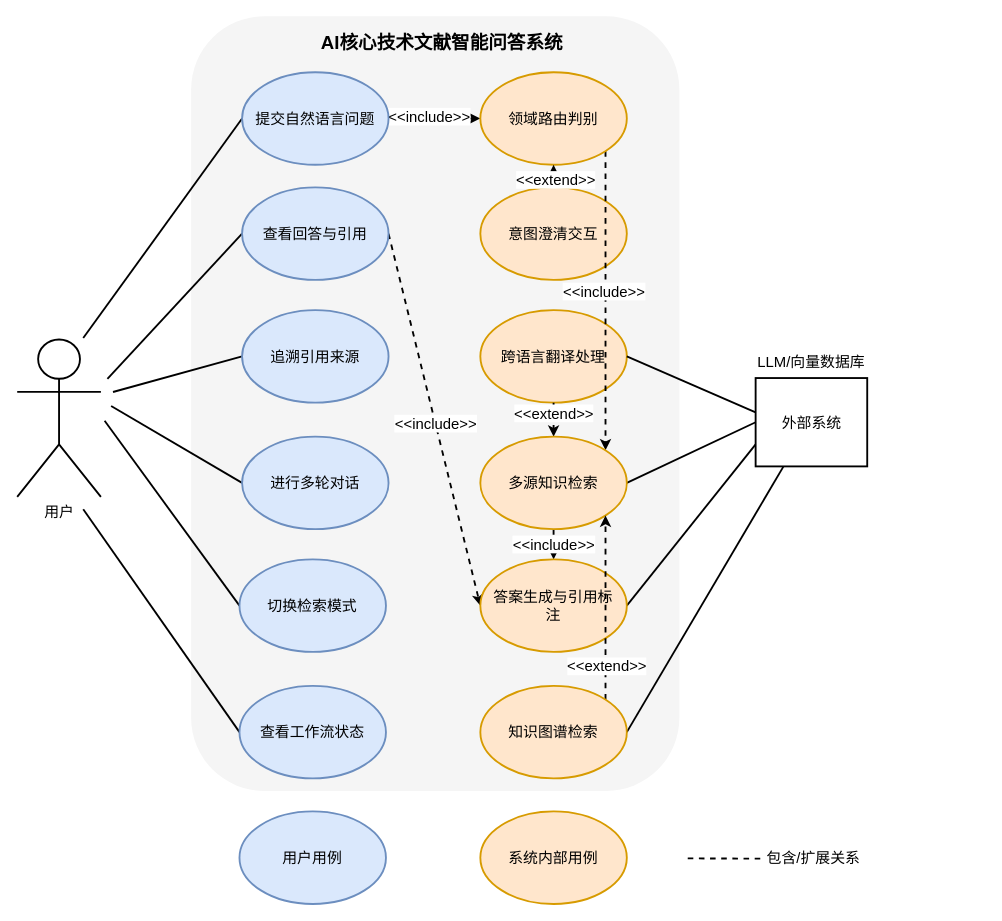
The draw.io diagram diagrams/system_use_case_diagram.drawio in real-jiakai/draw, before the edit. Source tidied: cells renumbered, new cells numbered last; positions are measured from the earlier drawing's top-left corner, leaving out a move shared by most shapes. Both pictures are drawn from the tidied source at 93%, with x=0, y=0 at pixel (17, 16).
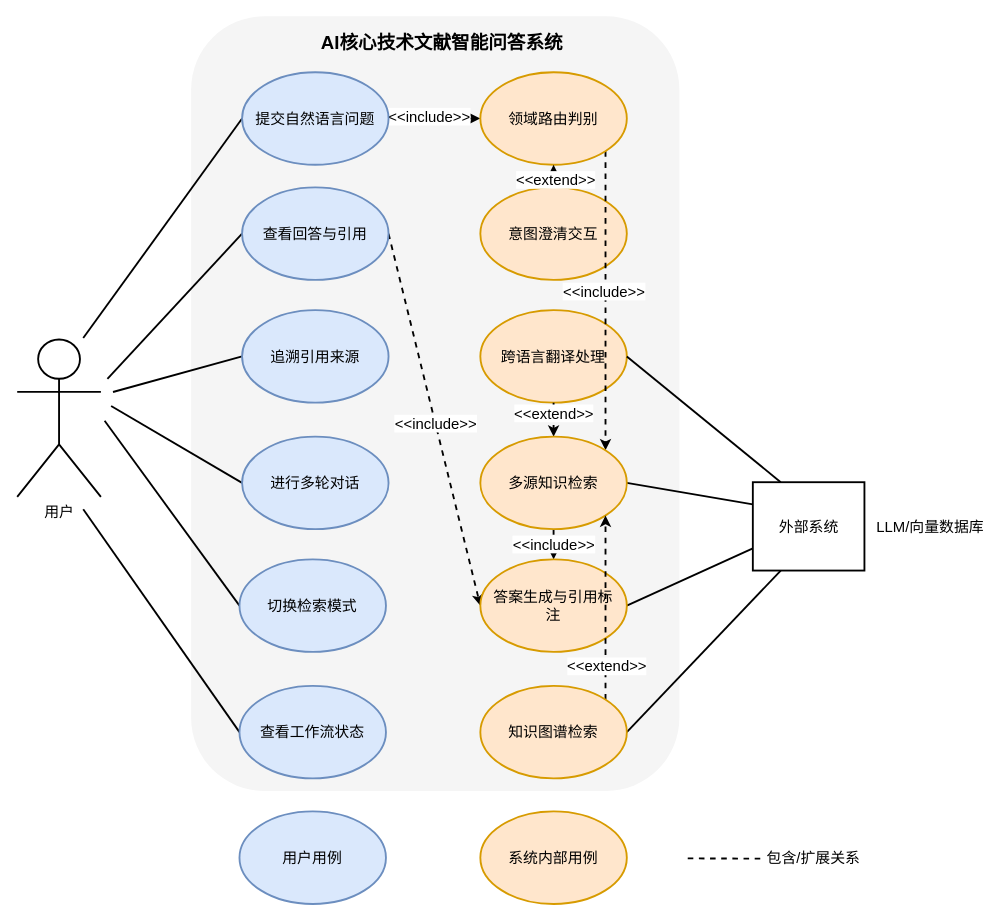
The same page after the edit.

Unchanged cells that the change refers to:
```xml
<mxCell id="4" style="ellipse;whiteSpace=wrap;html=1;strokeWidth=2;fillColor=#ffe6cc;strokeColor=#d79b00;" parent="1" vertex="1">
  <mxGeometry x="498" y="316" width="157.5" height="99.5" as="geometry" />
</mxCell>
<mxCell id="42" style="ellipse;whiteSpace=wrap;html=1;strokeWidth=2;fillColor=#ffe6cc;strokeColor=#d79b00;" parent="1" vertex="1">
  <mxGeometry x="498" y="452" width="157.5" height="99.5" as="geometry" />
</mxCell>
<mxCell id="50" style="ellipse;whiteSpace=wrap;html=1;strokeWidth=2;fillColor=#ffe6cc;strokeColor=#d79b00;" parent="1" vertex="1">
  <mxGeometry x="498" y="720" width="157.5" height="99.5" as="geometry" />
</mxCell>
```

What changed in the source:
```diff
@@
-    <mxCell id="40" style="rounded=0;jettySize=auto;html=1;exitX=1;exitY=0.5;exitDx=0;exitDy=0;entryX=0;entryY=0.5;entryDx=0;entryDy=0;strokeWidth=2;endArrow=none;endFill=0;" parent="1" edge="1" source="42" target="52">
+    <mxCell id="40" style="rounded=0;jettySize=auto;html=1;exitX=1;exitY=0.5;exitDx=0;exitDy=0;entryX=0;entryY=0.25;entryDx=0;entryDy=0;strokeWidth=2;endArrow=none;endFill=0;" parent="1" edge="1" source="42" target="52">
       <mxGeometry relative="1" as="geometry" />
     </mxCell>
@@
-    <mxCell id="47" style="rounded=0;jettySize=auto;html=1;exitX=1;exitY=0.5;exitDx=0;exitDy=0;entryX=0.25;entryY=1;entryDx=0;entryDy=0;strokeWidth=2;endArrow=none;endFill=0;" parent="1" edge="1" source="50" target="52">
-      <mxGeometry relative="1" as="geometry" />
-    </mxCell>
@@
+    <mxCell id="47" style="rounded=0;jettySize=auto;html=1;exitX=1;exitY=0.5;exitDx=0;exitDy=0;entryX=0.25;entryY=1;entryDx=0;entryDy=0;endArrow=none;endFill=0;strokeWidth=2;" parent="1" edge="1" source="50" target="52">
+      <mxGeometry relative="1" as="geometry" />
+    </mxCell>
@@
+    <mxCell id="61" style="rounded=0;jettySize=auto;html=1;exitX=0.25;exitY=0;exitDx=0;exitDy=0;entryX=1;entryY=0.5;entryDx=0;entryDy=0;strokeWidth=2;endArrow=none;endFill=0;" parent="1" edge="1" source="52" target="4">
+      <mxGeometry relative="1" as="geometry" />
+    </mxCell>
     <mxCell id="52" style="rounded=0;whiteSpace=wrap;html=1;strokeWidth=2;" parent="1" vertex="1">
-      <mxGeometry x="794" y="389" width="120" height="95" as="geometry" />
+      <mxGeometry x="791" y="501" width="120" height="95" as="geometry" />
     </mxCell>
     <mxCell id="53" value="&lt;font style=&quot;font-size: 16px;&quot;&gt;外部系统&lt;/font&gt;" style="text;html=1;whiteSpace=wrap;strokeColor=none;fillColor=none;align=center;verticalAlign=middle;rounded=0;" parent="1" vertex="1">
-      <mxGeometry x="820.5" y="422" width="67" height="30" as="geometry" />
+      <mxGeometry x="817.5" y="534" width="67" height="30" as="geometry" />
     </mxCell>
     <mxCell id="54" value="&lt;font style=&quot;font-size: 16px;&quot;&gt;LLM/向量数据库&lt;/font&gt;" style="text;html=1;whiteSpace=wrap;strokeColor=none;fillColor=none;align=center;verticalAlign=middle;rounded=0;" parent="1" vertex="1">
-      <mxGeometry x="794" y="357" width="120" height="30" as="geometry" />
+      <mxGeometry x="922" y="533.5" width="120" height="30" as="geometry" />
     </mxCell>
@@
-    <mxCell id="59" style="rounded=0;jettySize=auto;html=1;exitX=1;exitY=0.5;exitDx=0;exitDy=0;strokeWidth=2;endArrow=none;endFill=0;entryX=0;entryY=0.389;entryDx=0;entryDy=0;entryPerimeter=0;" parent="1" edge="1" source="4" target="52">
-      <mxGeometry relative="1" as="geometry" />
-    </mxCell>
```
